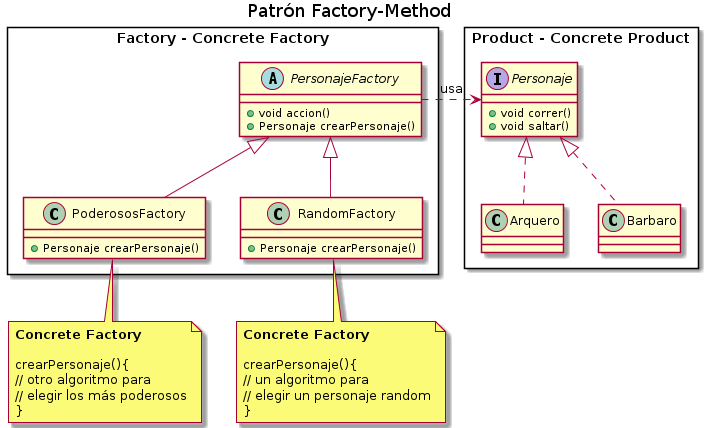
Above: practica/patrones-de-diseño/diagramas-de-clases/personaje-factory.png in manu-utn/bitacora-diseno-de-sistemas (PlantUML), before the change. The source it was exported from:
```plantuml
@startuml
Title Patrón Factory-Method


rectangle "Factory - Concrete Factory" as A{
abstract class PersonajeFactory{
    +void accion()
    +Personaje crearPersonaje()
}

class RandomFactory{
    +Personaje crearPersonaje()
}
class PoderososFactory{
    +Personaje crearPersonaje()
}
}

rectangle "Product - Concrete Product" as B{
interface Personaje{
    +void correr()
    +void saltar()
}

class Arquero{
}

class Barbaro{
}
}


Arquero .u.|> Personaje
Barbaro .u.|> Personaje

RandomFactory       -u-|> PersonajeFactory
PoderososFactory   -u-|> PersonajeFactory

PersonajeFactory    .r.>  Personaje : usa


note as N1
**Concrete Factory**

crearPersonaje(){
// un algoritmo para
// elegir un personaje random
}
end note

note as N2
**Concrete Factory**

crearPersonaje(){
// otro algoritmo para
// elegir los más poderosos
}
end note

N1 .u. RandomFactory
N2 .u. PoderososFactory

@enduml
```
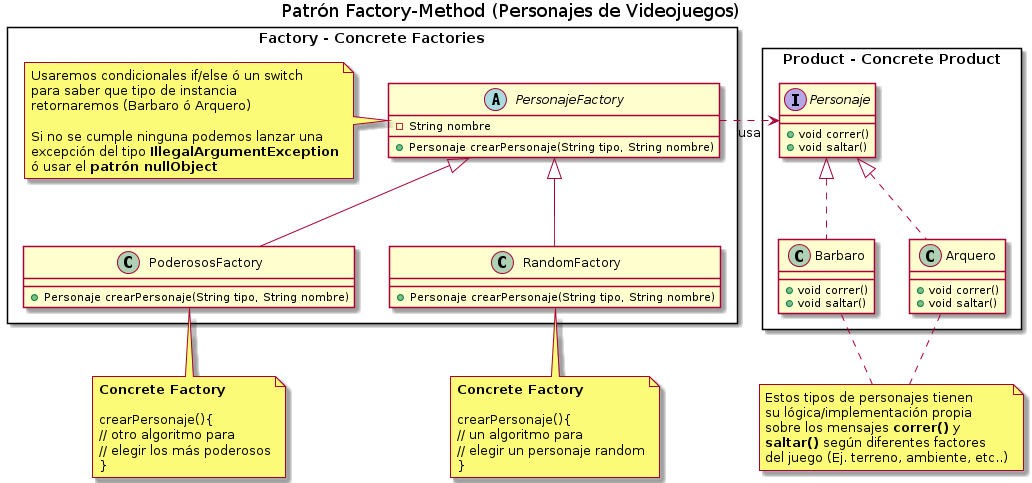
Above is the later version.

Diff of the diagram source:
```diff
@@ -1,32 +1,46 @@
 @startuml
-Title Patrón Factory-Method
+Title Patrón Factory-Method (Personajes de Videojuegos)
 
 
-rectangle "Factory - Concrete Factory" as A{
-abstract class PersonajeFactory{
-    +void accion()
-    +Personaje crearPersonaje()
-}
+rectangle "Factory - Concrete Factories" as A{
+    note left of PersonajeFactory
+    Usaremos condicionales if/else ó un switch
+    para saber que tipo de instancia
+    retornaremos (Barbaro ó Arquero)
 
-class RandomFactory{
-    +Personaje crearPersonaje()
-}
-class PoderososFactory{
-    +Personaje crearPersonaje()
-}
+    Si no se cumple ninguna podemos lanzar una
+    excepción del tipo **IllegalArgumentException**
+    ó usar el **patrón nullObject**
+    end note
+
+    abstract class PersonajeFactory{
+        -String nombre
+        +Personaje crearPersonaje(String tipo, String nombre)
+    }
+
+    class RandomFactory{
+        +Personaje crearPersonaje(String tipo, String nombre)
+    }
+    class PoderososFactory{
+        +Personaje crearPersonaje(String tipo, String nombre)
+    }
 }
 
 rectangle "Product - Concrete Product" as B{
-interface Personaje{
-    +void correr()
-    +void saltar()
-}
+    interface Personaje{
+        +void correr()
+        +void saltar()
+    }
 
-class Arquero{
-}
+    class Arquero{
+        +void correr()
+        +void saltar()
+    }
 
-class Barbaro{
-}
+    class Barbaro{
+        +void correr()
+        +void saltar()
+    }
 }
 
 
@@ -57,7 +71,17 @@
 }
 end note
 
+note as N3
+Estos tipos de personajes tienen
+su lógica/implementación propia
+sobre los mensajes **correr()** y
+**saltar()** según diferentes factores
+del juego (Ej. terreno, ambiente, etc..)
+end note
+
 N1 .u. RandomFactory
 N2 .u. PoderososFactory
 
+N3 .u. Arquero
+N3 .u. Barbaro
 @enduml
```
